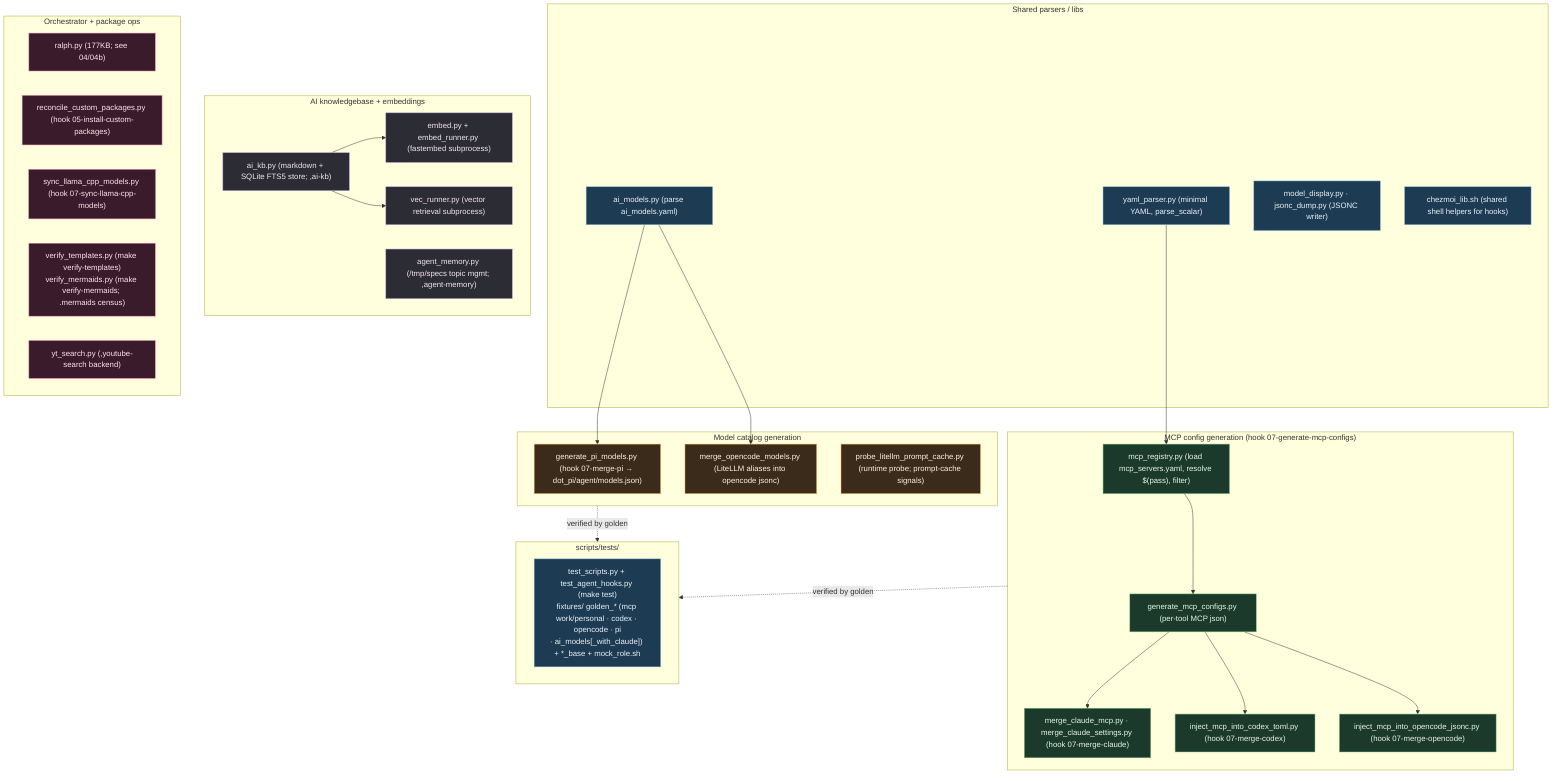
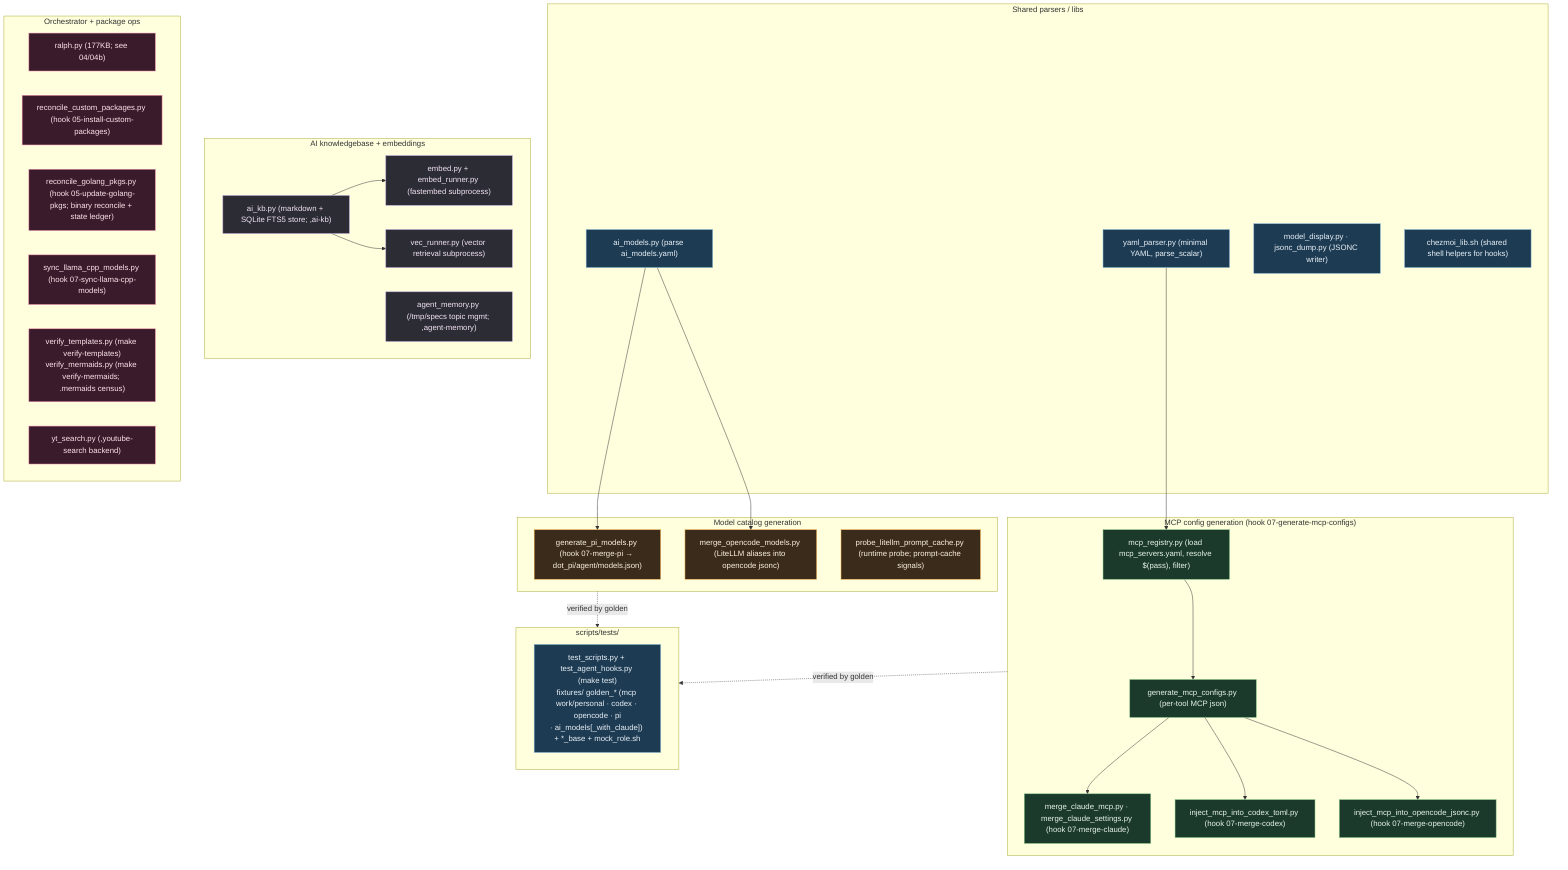
%% ============================================================================
- %% 11-scripts-helpers.mmd — Every file in scripts/ (41). Repo-side Python
+ %% 11-scripts-helpers.mmd — Every file in scripts/ (42). Repo-side Python
%% (stdlib only, no PyYAML) called by chezmoi 07-* hooks + ,bin commands.
%% Grouped by consumer. Shared parsers feed the generators/mergers.
%% ============================================================================
flowchart TB
    classDef shared fill:#1d3b53,stroke:#7fb3d5,color:#eaf2f8;
    classDef mcp fill:#1b3a2b,stroke:#81c784,color:#e8f5e9;
    classDef model fill:#3a2b1b,stroke:#ffb74d,color:#fff3e0;
    classDef ai fill:#2c2c34,stroke:#b39ddb,color:#f3e5f5;
    classDef misc fill:#3a1b2b,stroke:#f48fb1,color:#fce4ec;

    subgraph SHARED["Shared parsers / libs"]
        YP["yaml_parser.py (minimal YAML, parse_scalar)"]:::shared
        AM["ai_models.py (parse ai_models.yaml)"]:::shared
        MD["model_display.py · jsonc_dump.py (JSONC writer)"]:::shared
        CL["chezmoi_lib.sh (shared shell helpers for hooks)"]:::shared
    end

    subgraph MCPGEN["MCP config generation (hook 07-generate-mcp-configs)"]
        MR["mcp_registry.py (load mcp_servers.yaml, resolve $(pass), filter)"]:::mcp
        GMC["generate_mcp_configs.py (per-tool MCP json)"]:::mcp
        MCM["merge_claude_mcp.py · merge_claude_settings.py (hook 07-merge-claude)"]:::mcp
        ICT["inject_mcp_into_codex_toml.py (hook 07-merge-codex)"]:::mcp
        IOJ["inject_mcp_into_opencode_jsonc.py (hook 07-merge-opencode)"]:::mcp
    end
    YP --> MR --> GMC --> MCM & ICT & IOJ

    subgraph MODELGEN["Model catalog generation"]
        GPM["generate_pi_models.py (hook 07-merge-pi → dot_pi/agent/models.json)"]:::model
        MOM["merge_opencode_models.py (LiteLLM aliases into opencode jsonc)"]:::model
        PLP["probe_litellm_prompt_cache.py (runtime probe; prompt-cache signals)"]:::model
    end
    AM --> GPM & MOM

    subgraph AIKB["AI knowledgebase + embeddings"]
        KB["ai_kb.py (markdown + SQLite FTS5 store; ,ai-kb)"]:::ai
        EMB["embed.py + embed_runner.py (fastembed subprocess)"]:::ai
        VEC["vec_runner.py (vector retrieval subprocess)"]:::ai
        AGM["agent_memory.py (/tmp/specs topic mgmt; ,agent-memory)"]:::ai
    end
    KB --> EMB & VEC

    subgraph ORCH["Orchestrator + package ops"]
        RALPH["ralph.py (177KB; see 04/04b)"]:::misc
        RCP["reconcile_custom_packages.py (hook 05-install-custom-packages)"]:::misc
+         RGP["reconcile_golang_pkgs.py (hook 05-update-golang-pkgs; binary reconcile + state ledger)"]:::misc
        SLC["sync_llama_cpp_models.py (hook 07-sync-llama-cpp-models)"]:::misc
        VT["verify_templates.py (make verify-templates)<br/>verify_mermaids.py (make verify-mermaids; .mermaids census)"]:::misc
        YT["yt_search.py (,youtube-search backend)"]:::misc
    end

    subgraph TESTS["scripts/tests/"]
        T["test_scripts.py + test_agent_hooks.py (make test)<br/>fixtures/ golden_* (mcp work/personal · codex · opencode · pi<br/>· ai_models[_with_claude]) + *_base + mock_role.sh"]:::shared
    end
    MCPGEN -.verified by golden.-> TESTS
    MODELGEN -.verified by golden.-> TESTS
